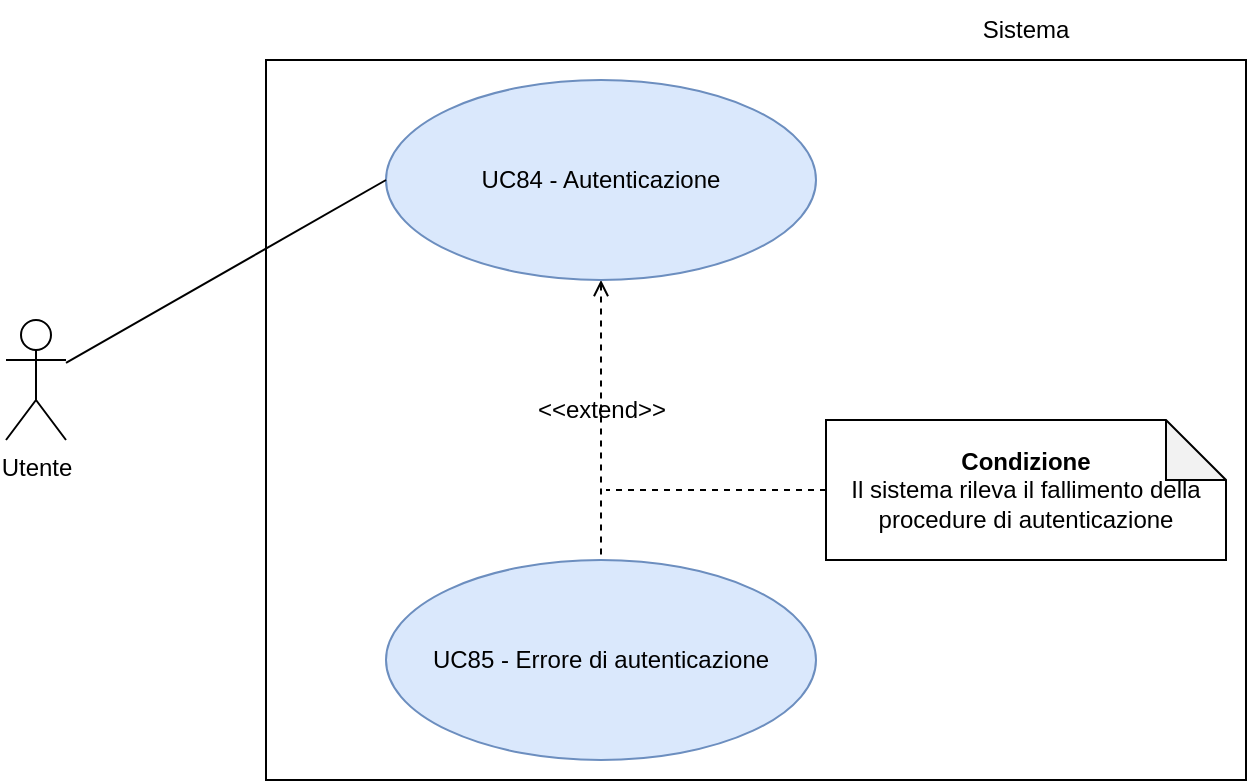
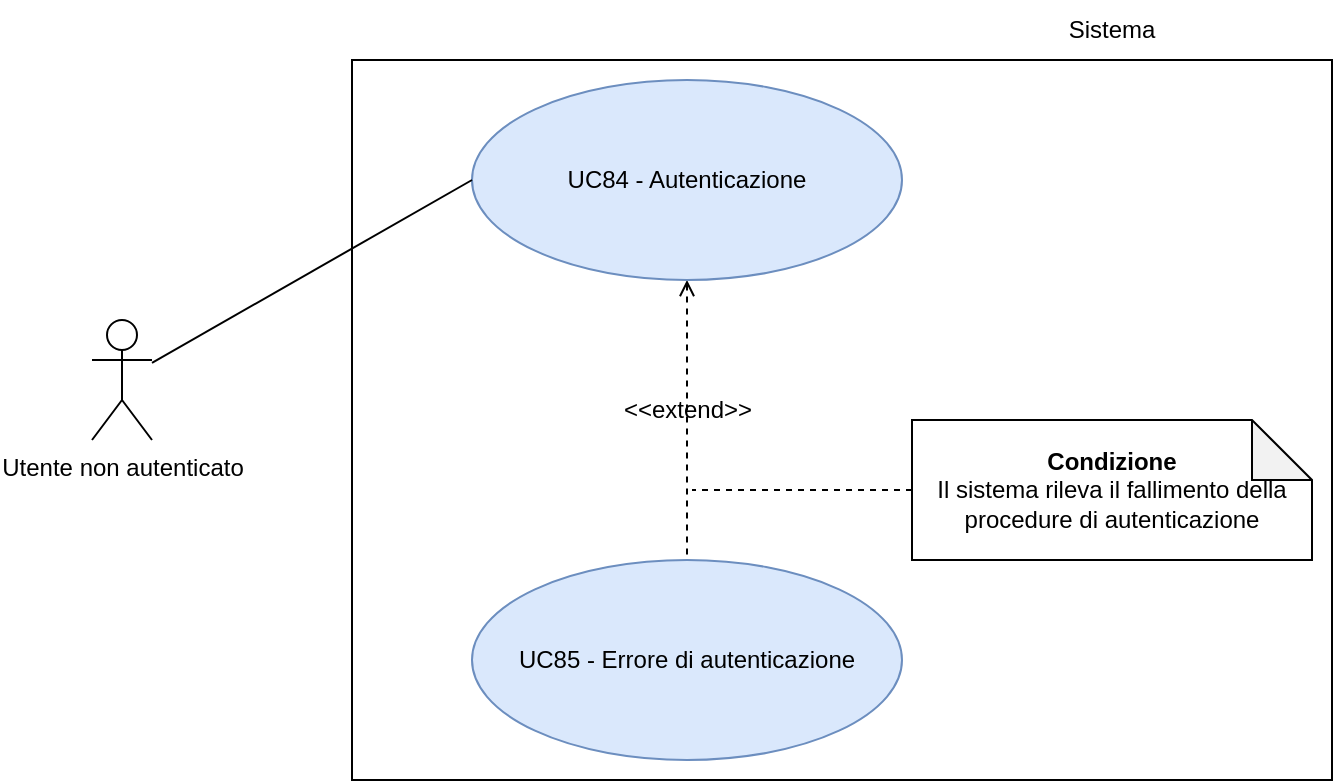
<mxfile host="Electron" agent="Mozilla/5.0 (Macintosh; Intel Mac OS X 10_15_7) AppleWebKit/537.36 (KHTML, like Gecko) draw.io/29.6.6 Chrome/144.0.7559.236 Electron/40.8.4 Safari/537.36" version="29.6.6">
  <diagram name="Page-1" id="4xtho81ADt9NAkVEL4nd">
    <mxGraphModel dx="976" dy="656" grid="1" gridSize="10" guides="1" tooltips="1" connect="1" arrows="1" fold="1" page="1" pageScale="1" pageWidth="850" pageHeight="1100" math="0" shadow="0">
      <root>
        <mxCell id="0" />
        <mxCell id="1" parent="0" />
        <mxCell id="StCBPmpuHo7DJ7ayqhCM-1" parent="1" style="rounded=0;whiteSpace=wrap;html=1;" value="" vertex="1">
          <mxGeometry height="360" width="490" x="310" y="180" as="geometry" />
        </mxCell>
        <mxCell id="jaEmoDdwr42s-Wh7kGPf-5" edge="1" parent="1" source="StCBPmpuHo7DJ7ayqhCM-2" style="edgeStyle=orthogonalEdgeStyle;rounded=0;orthogonalLoop=1;jettySize=auto;html=1;endArrow=none;endFill=0;dashed=1;startArrow=open;startFill=0;" target="jaEmoDdwr42s-Wh7kGPf-4">
          <mxGeometry relative="1" as="geometry" />
        </mxCell>
        <mxCell id="StCBPmpuHo7DJ7ayqhCM-2" parent="1" style="ellipse;whiteSpace=wrap;html=1;fillColor=#dae8fc;strokeColor=#6c8ebf;" value="UC84 - Autenticazione" vertex="1">
          <mxGeometry height="100" width="215" x="370" y="190" as="geometry" />
        </mxCell>
        <mxCell id="StCBPmpuHo7DJ7ayqhCM-4" edge="1" parent="1" source="StCBPmpuHo7DJ7ayqhCM-3" style="rounded=0;orthogonalLoop=1;jettySize=auto;html=1;endArrow=none;endFill=0;entryX=0;entryY=0.5;entryDx=0;entryDy=0;" target="StCBPmpuHo7DJ7ayqhCM-2">
          <mxGeometry relative="1" as="geometry" />
        </mxCell>
-         <mxCell id="StCBPmpuHo7DJ7ayqhCM-3" parent="1" style="shape=umlActor;verticalLabelPosition=bottom;verticalAlign=top;html=1;outlineConnect=0;" value="Utente" vertex="1">
+         <mxCell id="StCBPmpuHo7DJ7ayqhCM-3" parent="1" style="shape=umlActor;verticalLabelPosition=bottom;verticalAlign=top;html=1;outlineConnect=0;" value="Utente non autenticato" vertex="1">
          <mxGeometry height="60" width="30" x="180" y="310" as="geometry" />
        </mxCell>
        <mxCell id="StCBPmpuHo7DJ7ayqhCM-5" parent="1" style="text;html=1;whiteSpace=wrap;strokeColor=none;fillColor=none;align=center;verticalAlign=middle;rounded=0;" value="Sistema" vertex="1">
          <mxGeometry height="30" width="60" x="660" y="150" as="geometry" />
        </mxCell>
        <mxCell id="jaEmoDdwr42s-Wh7kGPf-4" parent="1" style="ellipse;whiteSpace=wrap;html=1;fillColor=#dae8fc;strokeColor=#6c8ebf;" value="UC85 - Errore di autenticazione" vertex="1">
          <mxGeometry height="100" width="215" x="370" y="430" as="geometry" />
        </mxCell>
        <mxCell id="jaEmoDdwr42s-Wh7kGPf-8" parent="1" style="text;html=1;whiteSpace=wrap;strokeColor=none;fillColor=none;align=center;verticalAlign=middle;rounded=0;" value="&amp;lt;&amp;lt;extend&amp;gt;&amp;gt;" vertex="1">
          <mxGeometry height="30" width="60" x="447.5" y="340" as="geometry" />
        </mxCell>
        <mxCell id="fBQLAcWwlAi13rWyMQxr-2" edge="1" parent="1" source="fBQLAcWwlAi13rWyMQxr-1" style="edgeStyle=orthogonalEdgeStyle;rounded=0;orthogonalLoop=1;jettySize=auto;html=1;dashed=1;endArrow=none;endFill=0;">
          <mxGeometry relative="1" as="geometry">
            <mxPoint x="480" y="395" as="targetPoint" />
          </mxGeometry>
        </mxCell>
        <mxCell id="fBQLAcWwlAi13rWyMQxr-1" parent="1" style="shape=note;whiteSpace=wrap;html=1;backgroundOutline=1;darkOpacity=0.05;" value="&lt;b&gt;Condizione&lt;/b&gt;&lt;div&gt;Il sistema rileva il fallimento della procedure di autenticazione&lt;/div&gt;" vertex="1">
          <mxGeometry height="70" width="200" x="590" y="360" as="geometry" />
        </mxCell>
      </root>
    </mxGraphModel>
  </diagram>
</mxfile>
